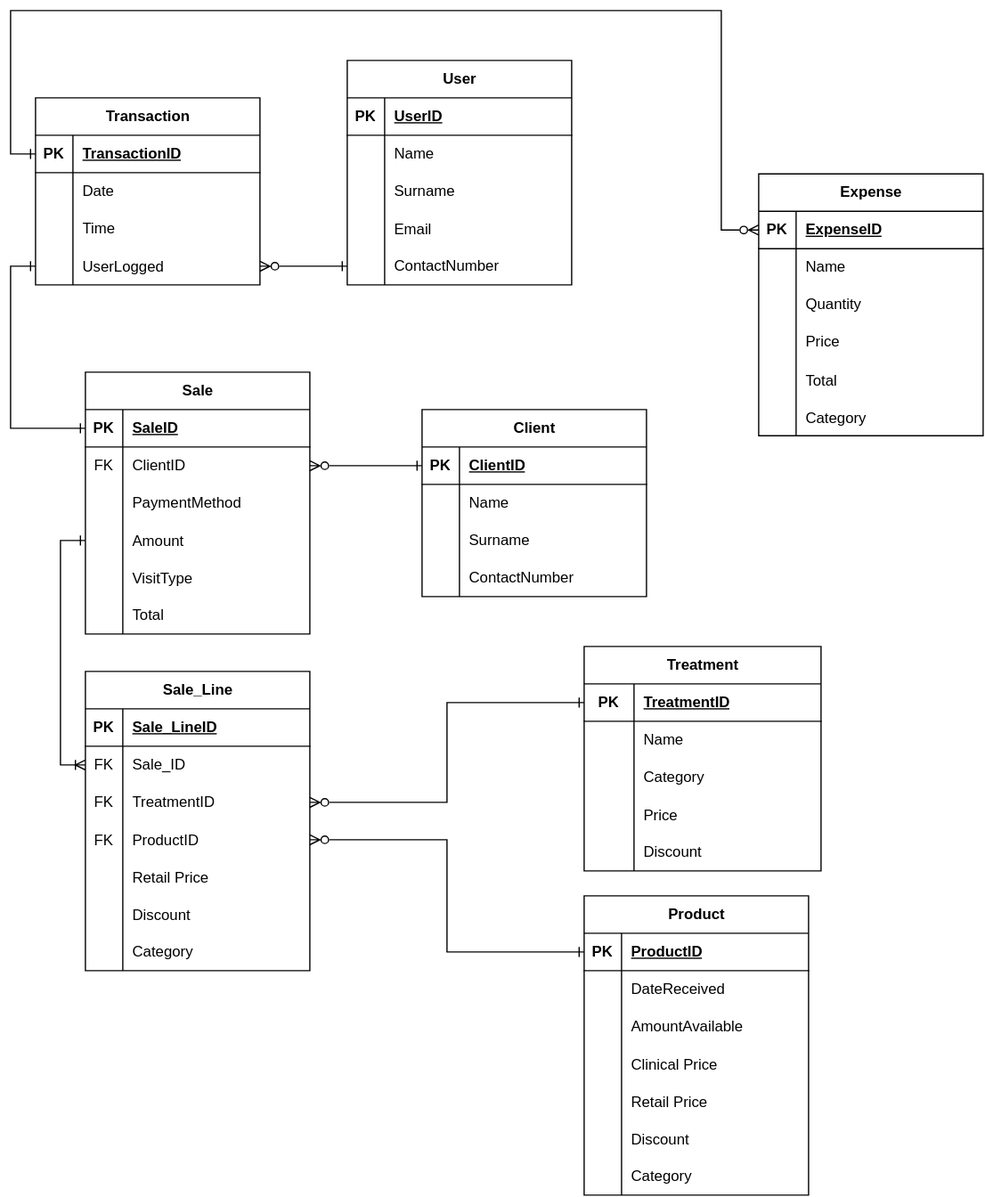
itudevs/SkinzoneNaturelAdmin keeps this draw.io diagram as Documentation/DatabaseDesign.drawio.svg. Above is the earlier version. Source tidied: cells renumbered, new cells last; positions are measured from the earlier drawing's top-left corner, leaving out a move shared by most shapes.
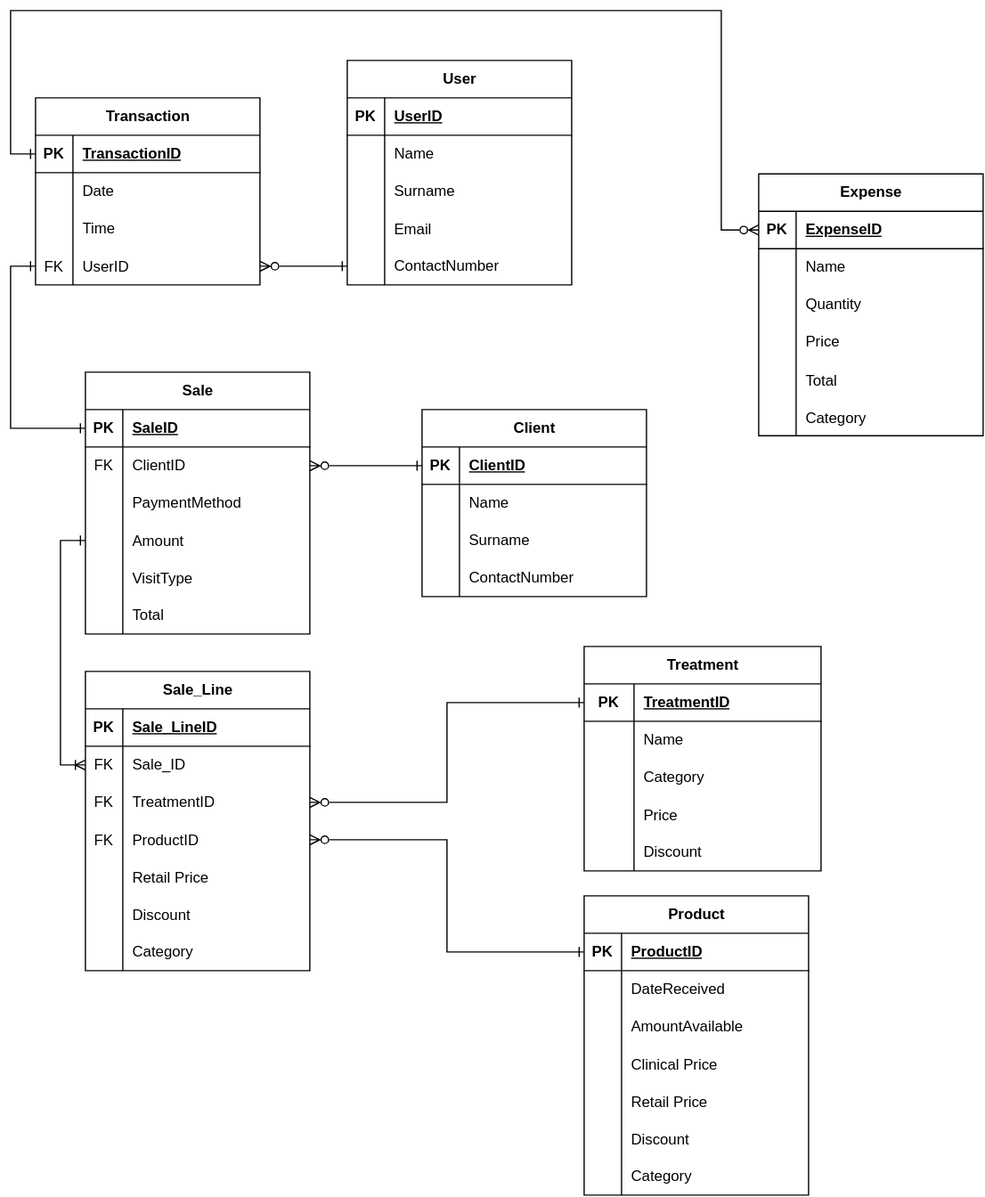
After the change.

Change to the diagram source:
```diff
@@ -83,10 +83,10 @@
     <mxCell id="28" style="shape=tableRow;horizontal=0;startSize=0;swimlaneHead=0;swimlaneBody=0;fillColor=none;points=[[0,0.5],[1,0.5]];portConstraint=eastwest;top=0;left=0;right=0;bottom=0;" parent="18" vertex="1">
       <mxGeometry y="120" width="180" height="30" as="geometry" />
     </mxCell>
-    <mxCell id="29" style="shape=partialRectangle;fillColor=none;top=0;left=0;bottom=0;right=0;overflow=hidden;" parent="28" vertex="1">
+    <mxCell id="29" value="FK" style="shape=partialRectangle;fillColor=none;top=0;left=0;bottom=0;right=0;overflow=hidden;" parent="28" vertex="1">
       <mxGeometry width="30" height="30" as="geometry" />
     </mxCell>
-    <mxCell id="30" value="UserLogged" style="shape=partialRectangle;fillColor=none;top=0;left=0;bottom=0;right=0;align=left;spacingLeft=6;overflow=hidden;" parent="28" vertex="1">
+    <mxCell id="30" value="UserID" style="shape=partialRectangle;fillColor=none;top=0;left=0;bottom=0;right=0;align=left;spacingLeft=6;overflow=hidden;" parent="28" vertex="1">
       <mxGeometry x="30" width="150" height="30" as="geometry" />
     </mxCell>
     <mxCell id="31" style="edgeStyle=orthogonalEdgeStyle;rounded=0;jettySize=auto;html=1;exitX=0;exitY=0.5;exitDx=0;exitDy=0;entryX=1;entryY=0.5;entryDx=0;entryDy=0;defaultLabelBackgroundColor=page;labelPadding=0 4;endArrow=ERzeroToMany;endFill=0;startArrow=ERone;startFill=0;" parent="1" edge="1" source="15">
```
